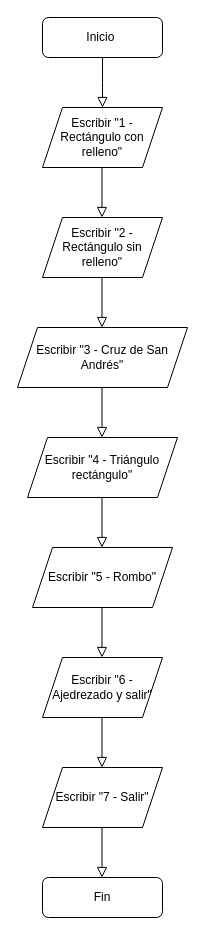
Earlier version of the draw.io diagram Diagramas de flujo/Menu.drawio (Patriesc/LosBucles). Source tidied: cells renumbered, new cells numbered last; positions are measured from the earlier drawing's top-left corner, leaving out a move shared by most shapes. Both pictures are drawn from the tidied source at 100%, with x=0, y=0 at pixel (17, 17).
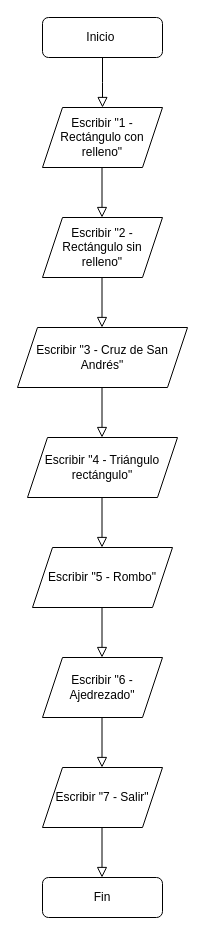
The same diagram, later.

The edit, as a diff of the source:
```diff
@@
-    <mxCell id="6" value="Escribir &quot;6 - Ajedrezado y salir&quot;" style="shape=parallelogram;perimeter=parallelogramPerimeter;whiteSpace=wrap;html=1;fixedSize=1;" parent="1" vertex="1">
+    <mxCell id="6" value="Escribir &quot;6 - Ajedrezado&quot;" style="shape=parallelogram;perimeter=parallelogramPerimeter;whiteSpace=wrap;html=1;fixedSize=1;" parent="1" vertex="1">
       <mxGeometry x="25" y="640" width="120" height="60" as="geometry" />
     </mxCell>
```
